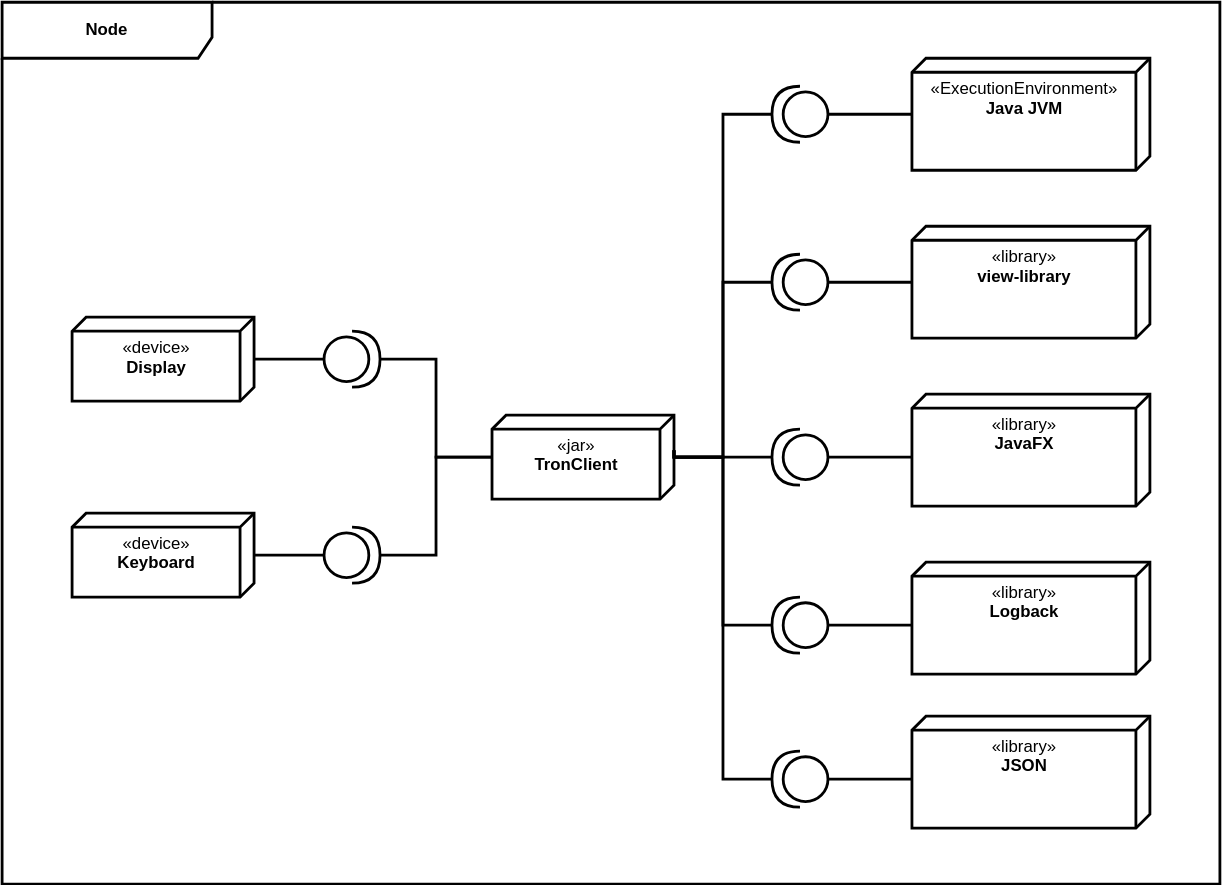
The draw.io diagram docs/application/diagrams/TechnicalContext.drawio.svg in HaniAlshikh/tron, before a commit. Source tidied: cells renumbered, new cells last; positions are measured from the earlier drawing's top-left corner, leaving out a move shared by most shapes.
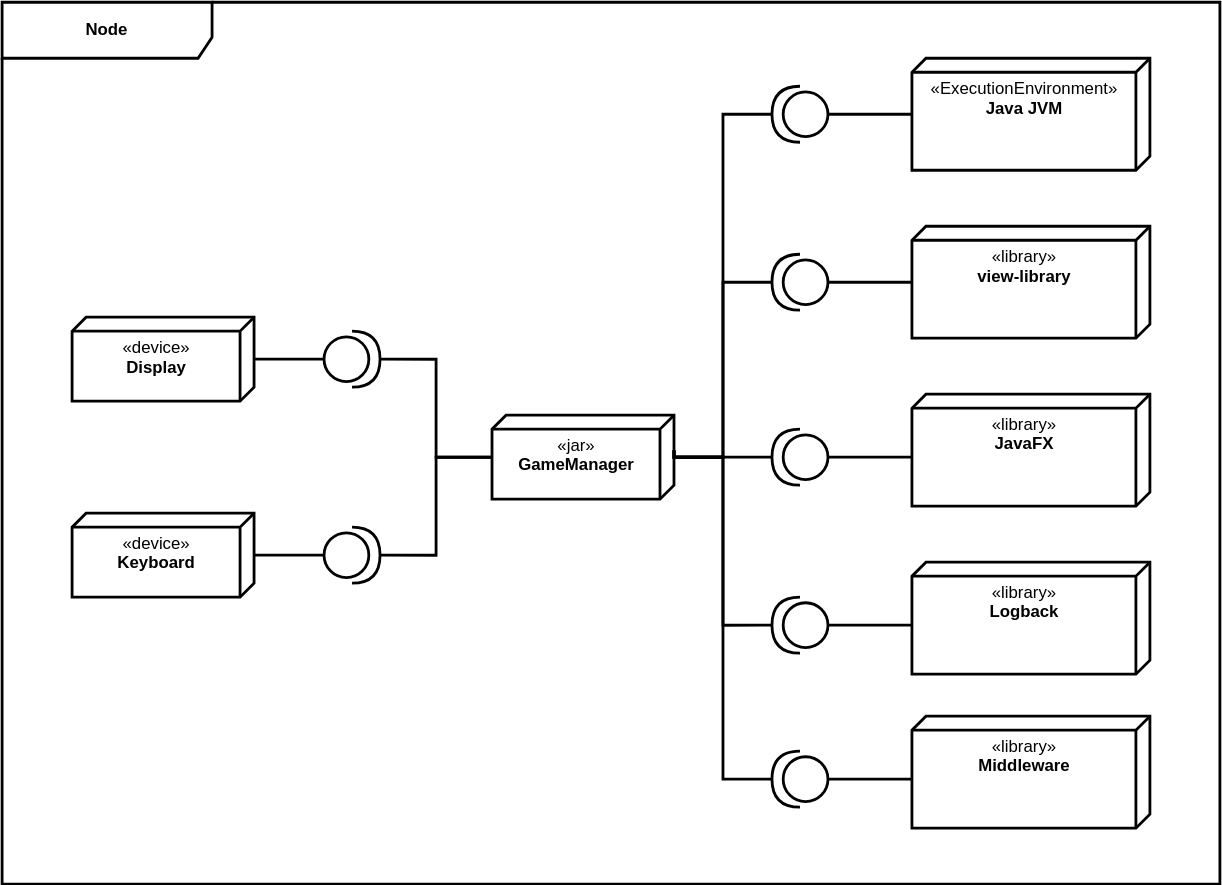
The same file after the commit.

Diff of the diagram source:
```diff
@@ -38,7 +38,7 @@
     <mxCell id="13" style="edgeStyle=orthogonalEdgeStyle;rounded=0;jettySize=auto;html=1;entryX=1;entryY=0.5;entryDx=0;entryDy=0;entryPerimeter=0;fontFamily=Helvetica;fontSize=12;endArrow=none;endFill=0;strokeWidth=2;" parent="1" edge="1" source="14" target="23">
       <mxGeometry relative="1" as="geometry" />
     </mxCell>
-    <mxCell id="14" value="«jar»&lt;br&gt;&lt;b&gt;TronClient&lt;/b&gt;" style="verticalAlign=top;align=center;spacingTop=8;spacingLeft=2;spacingRight=12;shape=cube;size=10;direction=south;fontStyle=0;html=1;strokeWidth=2;" parent="1" vertex="1">
+    <mxCell id="14" value="«jar»&lt;br&gt;&lt;b&gt;GameManager&lt;/b&gt;" style="verticalAlign=top;align=center;spacingTop=8;spacingLeft=2;spacingRight=12;shape=cube;size=10;direction=south;fontStyle=0;html=1;strokeWidth=2;" parent="1" vertex="1">
       <mxGeometry x="350" y="295" width="130" height="60" as="geometry" />
     </mxCell>
     <mxCell id="15" style="edgeStyle=orthogonalEdgeStyle;shape=connector;rounded=0;html=1;labelBackgroundColor=default;fontFamily=Helvetica;fontSize=11;fontColor=default;endArrow=none;endFill=0;strokeColor=default;strokeWidth=2;entryX=0;entryY=0;entryDx=25;entryDy=0;entryPerimeter=0;" parent="1" edge="1" source="16" target="14">
@@ -98,7 +98,7 @@
     <mxCell id="27" style="shape=providedRequiredInterface;html=1;verticalLabelPosition=bottom;sketch=0;fontFamily=Helvetica;fontSize=12;strokeWidth=2;align=center;verticalAlign=middle;rotation=-180;" parent="1" vertex="1">
       <mxGeometry x="550" y="425" width="40" height="40" as="geometry" />
     </mxCell>
-    <mxCell id="28" value="«library»&lt;br&gt;&lt;b&gt;JSON&lt;/b&gt;" style="verticalAlign=top;align=center;spacingTop=8;spacingLeft=2;spacingRight=12;shape=cube;size=10;direction=south;fontStyle=0;html=1;strokeWidth=2;" parent="1" vertex="1">
+    <mxCell id="28" value="«library»&lt;br&gt;&lt;b&gt;Middleware&lt;/b&gt;" style="verticalAlign=top;align=center;spacingTop=8;spacingLeft=2;spacingRight=12;shape=cube;size=10;direction=south;fontStyle=0;html=1;strokeWidth=2;" parent="1" vertex="1">
       <mxGeometry x="650" y="510" width="170" height="80" as="geometry" />
     </mxCell>
     <mxCell id="29" style="edgeStyle=orthogonalEdgeStyle;rounded=0;html=1;entryX=0;entryY=0;entryDx=45;entryDy=170;entryPerimeter=0;endArrow=none;endFill=0;strokeWidth=2;" parent="1" edge="1" source="31" target="28">
```
